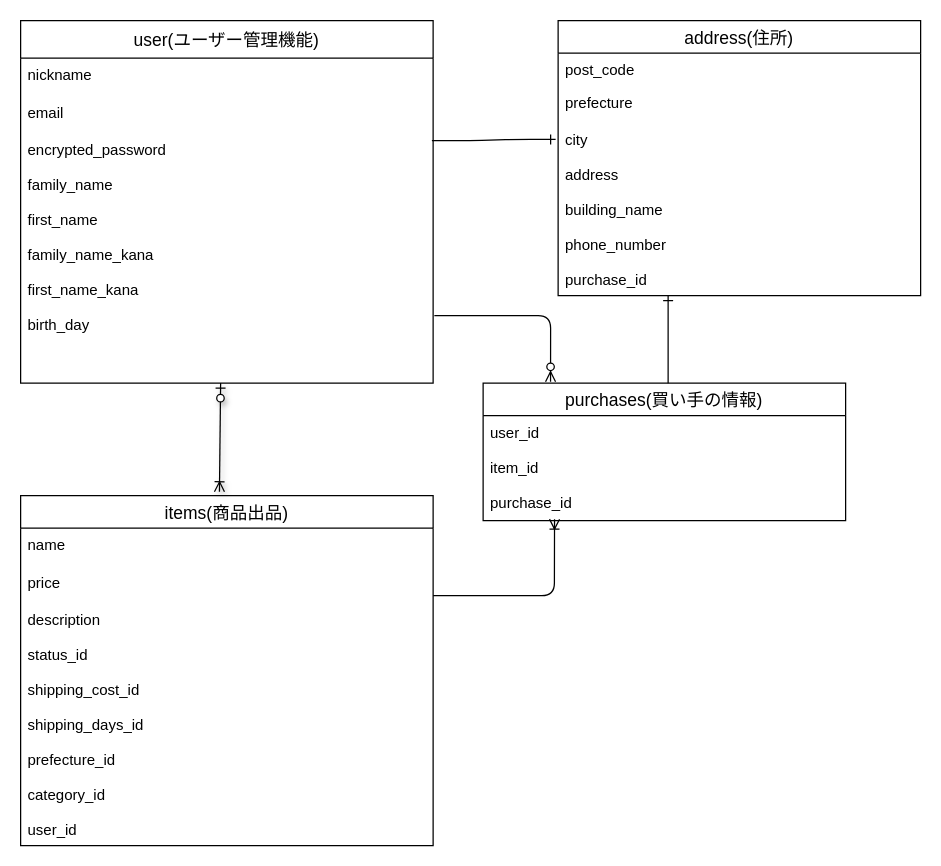
This is ER.dio from sakaiyuji3862/furima-32602, a draw.io file, before an edit. Source tidied: cells renumbered, new cells numbered last; positions are measured from the earlier drawing's top-left corner, leaving out a move shared by most shapes. Both pictures are drawn from the tidied source at 125%, with x=0, y=0 at pixel (20, 20).
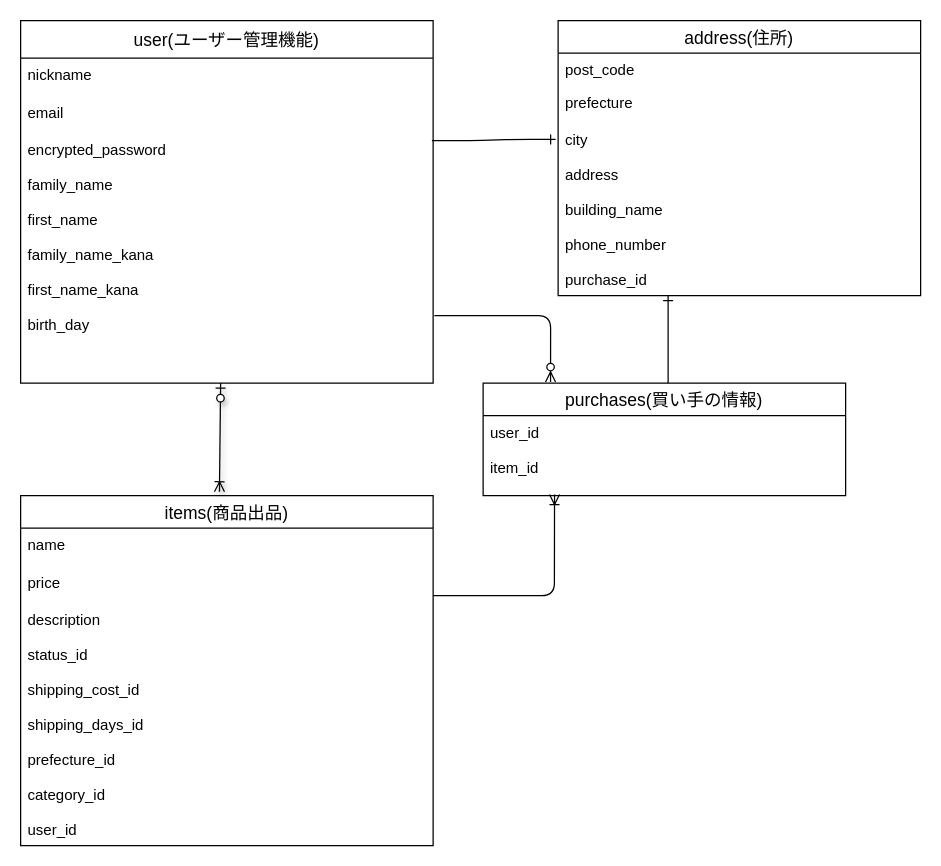
The same page after the edit.

Change to the diagram source:
```diff
@@
     <mxCell id="11" value="purchases(買い手の情報)" style="swimlane;fontStyle=0;horizontal=1;startSize=26;align=center;fontSize=14;" parent="1" vertex="1">
-      <mxGeometry x="370" y="290" width="290" height="110" as="geometry" />
+      <mxGeometry x="370" y="290" width="290" height="90" as="geometry" />
     </mxCell>
-    <mxCell id="12" value="user_id&#10;&#10;item_id&#10;&#10;purchase_id" style="text;strokeColor=none;fillColor=none;spacingLeft=4;spacingRight=4;overflow=hidden;points=[[0,0.5],[1,0.5]];portConstraint=eastwest;fontSize=12;" parent="11" vertex="1">
-      <mxGeometry y="26" width="290" height="84" as="geometry" />
+    <mxCell id="12" value="user_id&#10;&#10;item_id&#10;" style="text;strokeColor=none;fillColor=none;spacingLeft=4;spacingRight=4;overflow=hidden;points=[[0,0.5],[1,0.5]];portConstraint=eastwest;fontSize=12;" parent="11" vertex="1">
+      <mxGeometry y="26" width="290" height="64" as="geometry" />
     </mxCell>
```
